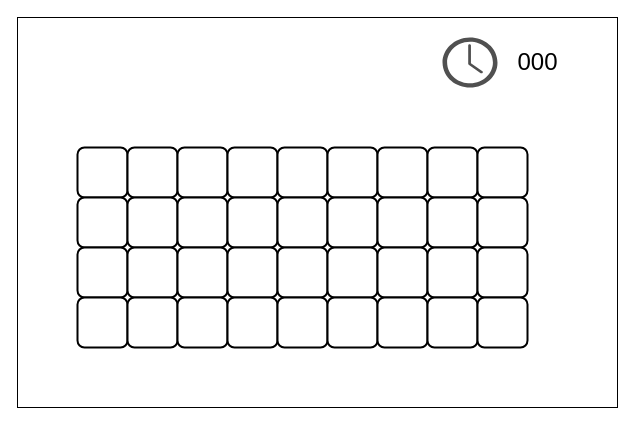
The draw.io diagram design/example3.drawio in MTHS-ICS4U-2022/ICS4U-2022-Final-Project-Ethan-Michael, before the edit. Source tidied: cells renumbered, new cells numbered last; positions are measured from the earlier drawing's top-left corner, leaving out a move shared by most shapes. Both pictures are drawn from the tidied source at 100%, with x=0, y=0 at pixel (17, 17).
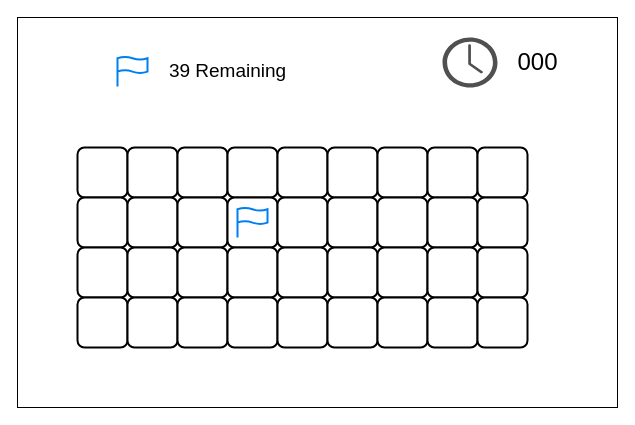
Above is the later version.

What changed in the source:
```diff
@@
+    <mxCell id="41" style="html=1;verticalLabelPosition=bottom;align=center;labelBackgroundColor=#ffffff;verticalAlign=top;strokeWidth=2;strokeColor=#0080F0;shadow=0;dashed=0;shape=mxgraph.ios7.icons.flag;" parent="1" vertex="1">
+      <mxGeometry x="100" y="39" width="30" height="30" as="geometry" />
+    </mxCell>
+    <mxCell id="42" style="html=1;verticalLabelPosition=bottom;align=center;labelBackgroundColor=#ffffff;verticalAlign=top;strokeWidth=2;strokeColor=#0080F0;shadow=0;dashed=0;shape=mxgraph.ios7.icons.flag;" parent="1" vertex="1">
+      <mxGeometry x="220" y="190" width="30" height="30" as="geometry" />
+    </mxCell>
+    <mxCell id="43" value="&lt;font style=&quot;font-size: 19px&quot;&gt;39 Remaining&lt;/font&gt;" style="text;html=1;align=center;verticalAlign=middle;strokeColor=none;fillColor=none;" parent="1" vertex="1">
+      <mxGeometry x="140" y="44" width="140" height="20" as="geometry" />
+    </mxCell>
```
